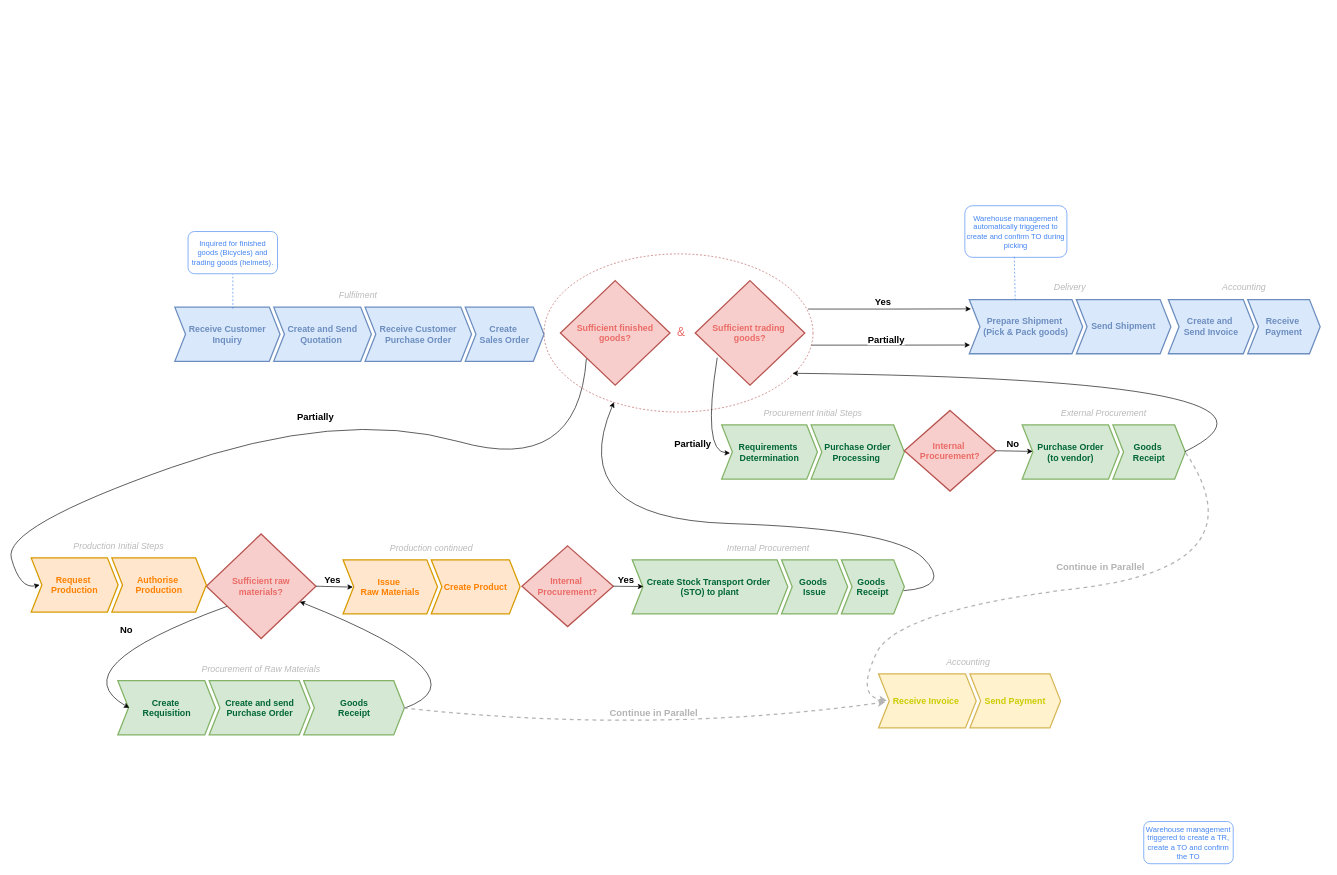
Before: ERP.drawio in Seb7421/AI-project-diagrams, a draw.io diagram. Source tidied: cells renumbered, new cells numbered last; positions are measured from the earlier drawing's top-left corner, leaving out a move shared by most shapes. Both pictures are drawn from the tidied source at 63%, with x=0, y=0 at pixel (3, 205).
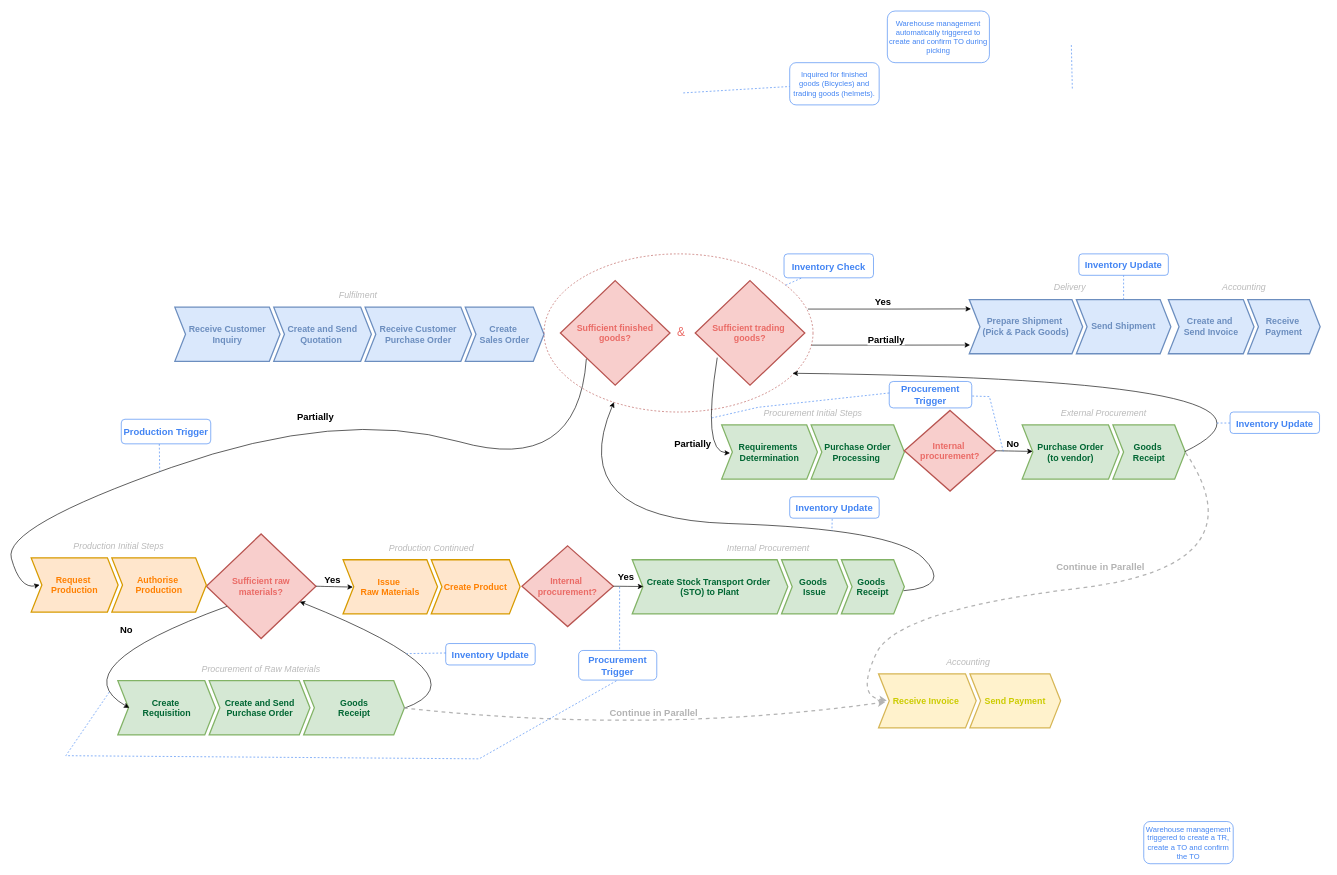
After the change.

The change refers to these unchanged cells:
```xml
<mxCell id="3" value="Receive Customer Inquiry" style="shape=step;perimeter=stepPerimeter;strokeColor=#6C8EBF;fontFamily=Helvetica;fontSize=14;fontColor=#6C8EBF;fillColor=#dae8fc;fixedSize=1;size=17;fontStyle=1;strokeWidth=2;spacingTop=0;points=[];align=center;horizontal=1;verticalAlign=middle;whiteSpace=wrap;" parent="2" vertex="1">
  <mxGeometry x="10" y="30" width="167" height="86" as="geometry" />
</mxCell>
<mxCell id="11" value="Delivery" style="swimlane;fontStyle=2;horizontal=1;startSize=20;fillColor=none;swimlaneFillColor=none;strokeColor=none;fontFamily=Helvetica;fontSize=14;fontColor=#BABABA;verticalAlign=middle;stackBorder=10;" parent="1" vertex="1">
  <mxGeometry x="1524" y="119" width="340" height="126" as="geometry" />
</mxCell>
<mxCell id="13" value="Send Shipment" style="shape=step;perimeter=stepPerimeter;strokeColor=#6C8EBF;fontFamily=Helvetica;fontSize=14;fontColor=#6C8EBF;fillColor=#dae8fc;fixedSize=1;size=17;fontStyle=1;strokeWidth=2;spacingTop=0;points=[];whiteSpace=wrap;" parent="11" vertex="1">
  <mxGeometry x="180" y="30" width="150" height="86" as="geometry" />
</mxCell>
<mxCell id="20" value="Internal Procurement" style="swimlane;fontStyle=2;horizontal=1;startSize=20;fillColor=none;swimlaneFillColor=none;strokeColor=none;fontFamily=Helvetica;fontSize=14;fontColor=#BABABA;verticalAlign=middle;stackBorder=10;" parent="1" vertex="1">
  <mxGeometry x="989" y="532" width="452" height="126" as="geometry" />
</mxCell>
<mxCell id="34" style="ellipse;whiteSpace=wrap;html=1;fillColor=none;dashed=1;strokeColor=#b85450;" parent="1" vertex="1">
  <mxGeometry x="859" y="76.5" width="427" height="251" as="geometry" />
</mxCell>
<mxCell id="41" value="Procurement of Raw Materials" style="swimlane;fontStyle=2;horizontal=1;startSize=20;fillColor=none;swimlaneFillColor=none;strokeColor=none;fontFamily=Helvetica;fontSize=14;fontColor=#BABABA;verticalAlign=middle;stackBorder=10;" parent="1" vertex="1">
  <mxGeometry x="172.5" y="724" width="475" height="126" as="geometry" />
</mxCell>
<mxCell id="64" style="edgeStyle=none;jettySize=auto;html=1;rounded=0;curved=1;entryX=0.071;entryY=0.494;entryDx=0;entryDy=0;entryPerimeter=0;exitX=1;exitY=0.5;exitDx=0;exitDy=0;" parent="1" edge="1" source="63" target="21">
  <mxGeometry relative="1" as="geometry" />
</mxCell>
```

Change to the diagram source:
```diff
@@
-    <mxCell id="8" style="endArrow=none;dashed=1;html=1;rounded=0;exitX=0.552;exitY=0.03;exitDx=0;exitDy=0;exitPerimeter=0;fontColor=default;labelBackgroundColor=default;strokeColor=#4284F3;" parent="1" edge="1" source="3" target="9">
-      <mxGeometry relative="1" as="geometry" />
+    <mxCell id="8" style="endArrow=none;dashed=1;html=1;rounded=0;fontColor=default;labelBackgroundColor=default;strokeColor=#4284F3;" parent="1" edge="1" target="9">
+      <mxGeometry relative="1" as="geometry">
+        <mxPoint x="1080" y="-179" as="sourcePoint" />
+      </mxGeometry>
     </mxCell>
     <mxCell id="9" value="&lt;font color=&quot;#4284f3&quot;&gt;Inquired for finished goods (Bicycles) and trading goods (helmets).&lt;/font&gt;" style="rounded=1;whiteSpace=wrap;html=1;strokeColor=#4284F3;" parent="1" vertex="1">
-      <mxGeometry x="294" y="41" width="142" height="67" as="geometry" />
+      <mxGeometry x="1249" y="-227" width="142" height="67" as="geometry" />
     </mxCell>
@@
-    <mxCell id="12" value="Prepare Shipment &#10;(Pick &amp; Pack goods)" style="shape=step;perimeter=stepPerimeter;strokeColor=#6C8EBF;fontFamily=Helvetica;fontSize=14;fontColor=#6C8EBF;fillColor=#dae8fc;fixedSize=1;size=17;fontStyle=1;strokeWidth=2;spacingTop=0;points=[];align=center;horizontal=1;verticalAlign=middle;whiteSpace=wrap;" parent="11" vertex="1">
+    <mxCell id="12" value="Prepare Shipment &#10;(Pick &amp; Pack Goods)" style="shape=step;perimeter=stepPerimeter;strokeColor=#6C8EBF;fontFamily=Helvetica;fontSize=14;fontColor=#6C8EBF;fillColor=#dae8fc;fixedSize=1;size=17;fontStyle=1;strokeWidth=2;spacingTop=0;points=[];align=center;horizontal=1;verticalAlign=middle;whiteSpace=wrap;" parent="11" vertex="1">
       <mxGeometry x="10" y="30" width="180" height="86" as="geometry" />
     </mxCell>
@@
-    <mxCell id="21" value="Create Stock Transport Order &#10;(STO) to plant" style="shape=step;perimeter=stepPerimeter;strokeColor=#82b366;fontFamily=Helvetica;fontSize=14;fillColor=#d5e8d4;fixedSize=1;size=17;fontStyle=1;strokeWidth=2;spacingTop=0;points=[];align=center;horizontal=1;verticalAlign=middle;whiteSpace=wrap;fontColor=#006633;" parent="20" vertex="1">
+    <mxCell id="21" value="Create Stock Transport Order &#10;(STO) to Plant" style="shape=step;perimeter=stepPerimeter;strokeColor=#82b366;fontFamily=Helvetica;fontSize=14;fillColor=#d5e8d4;fixedSize=1;size=17;fontStyle=1;strokeWidth=2;spacingTop=0;points=[];align=center;horizontal=1;verticalAlign=middle;whiteSpace=wrap;fontColor=#006633;" parent="20" vertex="1">
       <mxGeometry x="10" y="30" width="247" height="86" as="geometry" />
     </mxCell>
@@
-    <mxCell id="37" value="&lt;span style=&quot;font-size: 14px;&quot;&gt;&lt;b style=&quot;&quot;&gt;&lt;font color=&quot;#ea6b66&quot;&gt;Internal&amp;nbsp;&lt;/font&gt;&lt;/b&gt;&lt;/span&gt;&lt;div&gt;&lt;span style=&quot;font-size: 14px;&quot;&gt;&lt;b style=&quot;&quot;&gt;&lt;font color=&quot;#ea6b66&quot;&gt;Procurement?&lt;/font&gt;&lt;/b&gt;&lt;/span&gt;&lt;/div&gt;" style="rhombus;whiteSpace=wrap;html=1;fillColor=#f8cecc;strokeColor=#b85450;strokeWidth=2;" parent="1" vertex="1">
+    <mxCell id="37" value="&lt;span style=&quot;font-size: 14px;&quot;&gt;&lt;b style=&quot;&quot;&gt;&lt;font color=&quot;#ea6b66&quot;&gt;Internal&amp;nbsp;&lt;/font&gt;&lt;/b&gt;&lt;/span&gt;&lt;div&gt;&lt;span style=&quot;font-size: 14px;&quot;&gt;&lt;b style=&quot;&quot;&gt;&lt;font color=&quot;#ea6b66&quot;&gt;procurement?&lt;/font&gt;&lt;/b&gt;&lt;/span&gt;&lt;/div&gt;" style="rhombus;whiteSpace=wrap;html=1;fillColor=#f8cecc;strokeColor=#b85450;strokeWidth=2;" parent="1" vertex="1">
       <mxGeometry x="1431" y="325" width="145" height="128" as="geometry" />
     </mxCell>
@@
-    <mxCell id="43" value="Create and send&#10;Purchase Order" style="shape=step;perimeter=stepPerimeter;strokeColor=#82b366;fontFamily=Helvetica;fontSize=14;fillColor=#d5e8d4;fixedSize=1;size=17;fontStyle=1;strokeWidth=2;spacingTop=0;whiteSpace=wrap;fontColor=#006633;" parent="41" vertex="1">
+    <mxCell id="43" value="Create and Send&#10;Purchase Order" style="shape=step;perimeter=stepPerimeter;strokeColor=#82b366;fontFamily=Helvetica;fontSize=14;fillColor=#d5e8d4;fixedSize=1;size=17;fontStyle=1;strokeWidth=2;spacingTop=0;whiteSpace=wrap;fontColor=#006633;" parent="41" vertex="1">
       <mxGeometry x="155" y="30" width="160" height="86" as="geometry" />
     </mxCell>
@@
-    <mxCell id="45" value="Production continued" style="swimlane;fontStyle=2;horizontal=1;startSize=20;fillColor=none;swimlaneFillColor=none;strokeColor=none;fontFamily=Helvetica;fontSize=14;fontColor=#BABABA;verticalAlign=middle;stackBorder=10;" parent="1" vertex="1">
+    <mxCell id="45" value="Production Continued" style="swimlane;fontStyle=2;horizontal=1;startSize=20;fillColor=none;swimlaneFillColor=none;strokeColor=none;fontFamily=Helvetica;fontSize=14;fontColor=#BABABA;verticalAlign=middle;stackBorder=10;" parent="1" vertex="1">
       <mxGeometry x="530" y="532" width="301" height="126" as="geometry" />
     </mxCell>
@@
-    <mxCell id="63" value="&lt;span style=&quot;font-size: 14px;&quot;&gt;&lt;b style=&quot;&quot;&gt;&lt;font color=&quot;#ea6b66&quot;&gt;Internal&amp;nbsp;&lt;/font&gt;&lt;/b&gt;&lt;/span&gt;&lt;div&gt;&lt;span style=&quot;font-size: 14px;&quot;&gt;&lt;b style=&quot;&quot;&gt;&lt;font color=&quot;#ea6b66&quot;&gt;Procurement?&lt;/font&gt;&lt;/b&gt;&lt;/span&gt;&lt;/div&gt;" style="rhombus;whiteSpace=wrap;html=1;fillColor=#f8cecc;strokeColor=#b85450;strokeWidth=2;" parent="1" vertex="1">
+    <mxCell id="63" value="&lt;span style=&quot;font-size: 14px;&quot;&gt;&lt;b style=&quot;&quot;&gt;&lt;font color=&quot;#ea6b66&quot;&gt;Internal&amp;nbsp;&lt;/font&gt;&lt;/b&gt;&lt;/span&gt;&lt;div&gt;&lt;span style=&quot;font-size: 14px;&quot;&gt;&lt;b style=&quot;&quot;&gt;&lt;font color=&quot;#ea6b66&quot;&gt;procurement?&lt;/font&gt;&lt;/b&gt;&lt;/span&gt;&lt;/div&gt;" style="rhombus;whiteSpace=wrap;html=1;fillColor=#f8cecc;strokeColor=#b85450;strokeWidth=2;" parent="1" vertex="1">
       <mxGeometry x="824" y="540" width="145" height="128" as="geometry" />
     </mxCell>
@@
     <mxCell id="65" value="&lt;font style=&quot;font-size: 15px;&quot;&gt;&lt;b&gt;Yes&lt;/b&gt;&lt;/font&gt;" style="edgeLabel;html=1;align=center;verticalAlign=middle;" parent="64" vertex="1">
       <mxGeometry x="-0.54" relative="1" as="geometry">
-        <mxPoint x="9" y="-12" as="offset" />
+        <mxPoint x="9" y="-16" as="offset" />
       </mxGeometry>
     </mxCell>
     <mxCell id="66" value="&lt;font color=&quot;#4284f3&quot;&gt;Warehouse management automatically triggered to create and confirm TO during picking&lt;/font&gt;" style="rounded=1;whiteSpace=wrap;html=1;strokeColor=#4284F3;" parent="1" vertex="1">
-      <mxGeometry x="1527" width="162" height="82" as="geometry" />
+      <mxGeometry x="1404" y="-309" width="162" height="82" as="geometry" />
     </mxCell>
     <mxCell id="67" style="endArrow=none;dashed=1;html=1;rounded=0;fontColor=default;labelBackgroundColor=default;strokeColor=#4284F3;" parent="1" edge="1">
       <mxGeometry relative="1" as="geometry">
-        <mxPoint x="1607" y="150" as="sourcePoint" />
-        <mxPoint x="1605.4" y="79" as="targetPoint" />
+        <mxPoint x="1697.6" y="-186" as="sourcePoint" />
+        <mxPoint x="1696" y="-257" as="targetPoint" />
       </mxGeometry>
     </mxCell>
@@
+    <mxCell id="72" style="endArrow=none;dashed=1;html=1;rounded=0;fontColor=default;labelBackgroundColor=default;strokeColor=#4284F3;" parent="1" edge="1" source="34" target="73">
+      <mxGeometry relative="1" as="geometry" />
+    </mxCell>
+    <mxCell id="73" value="&lt;b&gt;&lt;font color=&quot;#4284f3&quot; style=&quot;font-size: 15px;&quot;&gt;Inventory Check&lt;/font&gt;&lt;/b&gt;" style="rounded=1;whiteSpace=wrap;html=1;strokeColor=#4284F3;" parent="1" vertex="1">
+      <mxGeometry x="1240" y="76.5" width="142" height="38" as="geometry" />
+    </mxCell>
+    <mxCell id="74" style="endArrow=none;dashed=1;html=1;rounded=0;fontColor=default;labelBackgroundColor=default;strokeColor=#4284F3;entryX=0.5;entryY=1;entryDx=0;entryDy=0;" parent="1" edge="1" target="75">
+      <mxGeometry relative="1" as="geometry">
+        <mxPoint x="169" y="772" as="sourcePoint" />
+        <Array as="points">
+          <mxPoint x="100" y="873" />
+          <mxPoint x="756" y="878" />
+        </Array>
+      </mxGeometry>
+    </mxCell>
+    <mxCell id="75" value="&lt;font color=&quot;#4284f3&quot;&gt;&lt;span style=&quot;font-size: 15px;&quot;&gt;&lt;b&gt;Procurement Trigger&lt;/b&gt;&lt;/span&gt;&lt;/font&gt;" style="rounded=1;whiteSpace=wrap;html=1;strokeColor=#4284F3;" parent="1" vertex="1">
+      <mxGeometry x="914" y="706" width="124" height="47" as="geometry" />
+    </mxCell>
+    <mxCell id="76" style="endArrow=none;dashed=1;html=1;rounded=0;fontColor=default;labelBackgroundColor=default;strokeColor=#4284F3;exitX=0.425;exitY=1.004;exitDx=0;exitDy=0;exitPerimeter=0;" parent="1" edge="1" source="77">
+      <mxGeometry relative="1" as="geometry">
+        <mxPoint x="249" y="422" as="targetPoint" />
+      </mxGeometry>
+    </mxCell>
+    <mxCell id="77" value="&lt;b&gt;&lt;font color=&quot;#4284f3&quot; style=&quot;font-size: 15px;&quot;&gt;Production Trigger&lt;/font&gt;&lt;/b&gt;" style="rounded=1;whiteSpace=wrap;html=1;strokeColor=#4284F3;" parent="1" vertex="1">
+      <mxGeometry x="188" y="339" width="142" height="39" as="geometry" />
+    </mxCell>
+    <mxCell id="78" style="endArrow=none;dashed=1;html=1;rounded=0;fontColor=default;labelBackgroundColor=default;strokeColor=#4284F3;" parent="1" edge="1" source="13" target="79">
+      <mxGeometry relative="1" as="geometry" />
+    </mxCell>
+    <mxCell id="79" value="&lt;b&gt;&lt;font color=&quot;#4284f3&quot; style=&quot;font-size: 15px;&quot;&gt;Inventory Update&lt;/font&gt;&lt;/b&gt;" style="rounded=1;whiteSpace=wrap;html=1;strokeColor=#4284F3;" parent="1" vertex="1">
+      <mxGeometry x="1708" y="76.5" width="142" height="34" as="geometry" />
+    </mxCell>
+    <mxCell id="80" style="endArrow=none;dashed=1;html=1;rounded=0;fontColor=default;labelBackgroundColor=default;strokeColor=#4284F3;" parent="1" edge="1" target="88">
+      <mxGeometry relative="1" as="geometry">
+        <mxPoint x="1588" y="390" as="sourcePoint" />
+        <Array as="points">
+          <mxPoint x="1566" y="303" />
+        </Array>
+      </mxGeometry>
+    </mxCell>
+    <mxCell id="81" style="endArrow=none;dashed=1;html=1;rounded=0;fontColor=default;labelBackgroundColor=default;strokeColor=#4284F3;" parent="1" edge="1">
+      <mxGeometry relative="1" as="geometry">
+        <mxPoint x="979" y="605" as="sourcePoint" />
+        <mxPoint x="979" y="706" as="targetPoint" />
+      </mxGeometry>
+    </mxCell>
+    <mxCell id="82" style="endArrow=none;dashed=1;html=1;rounded=0;fontColor=default;labelBackgroundColor=default;strokeColor=#4284F3;" parent="1" edge="1">
+      <mxGeometry relative="1" as="geometry">
+        <mxPoint x="1948" y="345" as="sourcePoint" />
+        <mxPoint x="1927" y="345" as="targetPoint" />
+      </mxGeometry>
+    </mxCell>
+    <mxCell id="83" value="&lt;b&gt;&lt;font color=&quot;#4284f3&quot; style=&quot;font-size: 15px;&quot;&gt;Inventory Update&lt;/font&gt;&lt;/b&gt;" style="rounded=1;whiteSpace=wrap;html=1;strokeColor=#4284F3;" parent="1" vertex="1">
+      <mxGeometry x="1948" y="327.5" width="142" height="34" as="geometry" />
+    </mxCell>
+    <mxCell id="84" style="endArrow=none;dashed=1;html=1;rounded=0;fontColor=default;labelBackgroundColor=default;strokeColor=#4284F3;exitX=0.475;exitY=1.033;exitDx=0;exitDy=0;exitPerimeter=0;" parent="1" edge="1" source="85">
+      <mxGeometry relative="1" as="geometry">
+        <mxPoint x="1316" y="516" as="targetPoint" />
+      </mxGeometry>
+    </mxCell>
+    <mxCell id="85" value="&lt;b&gt;&lt;font color=&quot;#4284f3&quot; style=&quot;font-size: 15px;&quot;&gt;Inventory Update&lt;/font&gt;&lt;/b&gt;" style="rounded=1;whiteSpace=wrap;html=1;strokeColor=#4284F3;" parent="1" vertex="1">
+      <mxGeometry x="1249" y="462" width="142" height="34" as="geometry" />
+    </mxCell>
+    <mxCell id="86" value="&lt;b&gt;&lt;font color=&quot;#4284f3&quot; style=&quot;font-size: 15px;&quot;&gt;Inventory Update&lt;/font&gt;&lt;/b&gt;" style="rounded=1;whiteSpace=wrap;html=1;strokeColor=#4284F3;" parent="1" vertex="1">
+      <mxGeometry x="703" y="695" width="142" height="34" as="geometry" />
+    </mxCell>
+    <mxCell id="87" style="endArrow=none;dashed=1;html=1;rounded=0;fontColor=default;labelBackgroundColor=default;strokeColor=#4284F3;exitX=0;exitY=0.441;exitDx=0;exitDy=0;exitPerimeter=0;" parent="1" edge="1" source="86">
+      <mxGeometry relative="1" as="geometry">
+        <mxPoint x="641" y="711" as="targetPoint" />
+      </mxGeometry>
+    </mxCell>
+    <mxCell id="88" value="&lt;font color=&quot;#4284f3&quot;&gt;&lt;span style=&quot;font-size: 15px;&quot;&gt;&lt;b&gt;Procurement Trigger&lt;/b&gt;&lt;/span&gt;&lt;/font&gt;" style="rounded=1;whiteSpace=wrap;html=1;strokeColor=#4284F3;" parent="1" vertex="1">
+      <mxGeometry x="1407" y="279" width="131" height="42" as="geometry" />
+    </mxCell>
+    <mxCell id="89" style="endArrow=none;dashed=1;html=1;rounded=0;fontColor=default;labelBackgroundColor=default;strokeColor=#4284F3;exitX=0;exitY=0.435;exitDx=0;exitDy=0;exitPerimeter=0;" parent="1" edge="1" source="88">
+      <mxGeometry relative="1" as="geometry">
+        <mxPoint x="1125" y="337" as="targetPoint" />
+        <Array as="points">
+          <mxPoint x="1199" y="320" />
+        </Array>
+      </mxGeometry>
+    </mxCell>
```
